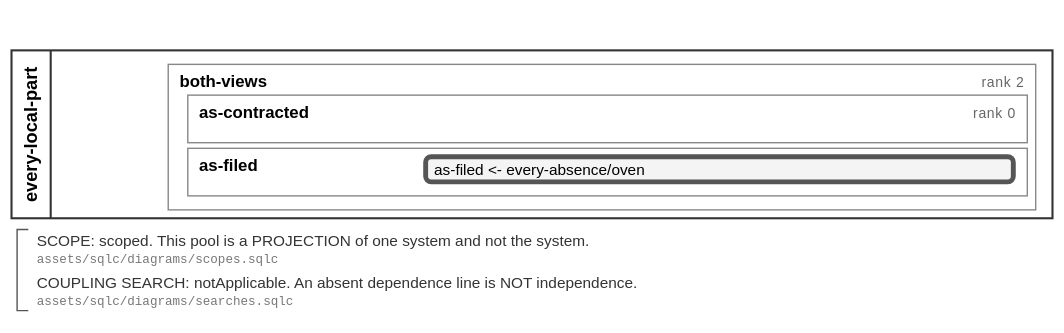
This is assets/svg/filings/every-local-part.svg from soulstompp/process-modulus, a BPMN export, as it was before one commit. Its source is kept beside it as assets/bpmn/filings/every-local-part.bpmn. Ids are renumbered.
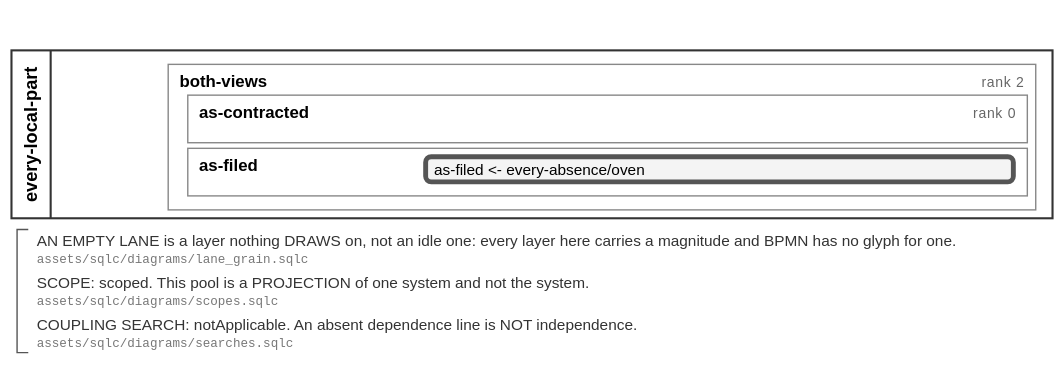
The same diagram one commit later.

What changed in the source:
```diff
@@ -33,6 +33,9 @@
       </lane>
     </laneSet>
     <callActivity id="call_every-local-part_as-filed_every-absence_oven" name="as-filed &lt;- every-absence/oven" calledElement="f0:proc_every-absence"/>
+    <textAnnotation id="note_every-local-part_lane">
+      <text>AN EMPTY LANE is a layer nothing DRAWS on, not an idle one: every layer here carries a magnitude and BPMN has no glyph for one. [assets/sqlc/diagrams/lane_grain.sqlc]</text>
+    </textAnnotation>
     <textAnnotation id="note_every-local-part_scope">
       <text>SCOPE: scoped. This pool is a PROJECTION of one system and not the system. [assets/sqlc/diagrams/scopes.sqlc]</text>
     </textAnnotation>
@@ -57,11 +60,14 @@
       <bpmndi:BPMNShape id="shape_every-local-part_call_every-local-part_as-filed_every-absence_oven" bpmnElement="tns:call_every-local-part_as-filed_every-absence_oven">
         <dc:Bounds x="304" y="112" width="420" height="18"/>
       </bpmndi:BPMNShape>
-      <bpmndi:BPMNShape id="shape_every-local-part_note_every-local-part_scope" bpmnElement="tns:note_every-local-part_scope">
+      <bpmndi:BPMNShape id="shape_every-local-part_note_every-local-part_lane" bpmnElement="tns:note_every-local-part_lane">
         <dc:Bounds x="20" y="164" width="720" height="28"/>
       </bpmndi:BPMNShape>
+      <bpmndi:BPMNShape id="shape_every-local-part_note_every-local-part_scope" bpmnElement="tns:note_every-local-part_scope">
+        <dc:Bounds x="20" y="194" width="720" height="28"/>
+      </bpmndi:BPMNShape>
       <bpmndi:BPMNShape id="shape_every-local-part_note_every-local-part_search" bpmnElement="tns:note_every-local-part_search">
-        <dc:Bounds x="20" y="194" width="720" height="28"/>
+        <dc:Bounds x="20" y="224" width="720" height="28"/>
       </bpmndi:BPMNShape>
     </bpmndi:BPMNPlane>
   </bpmndi:BPMNDiagram>
```
